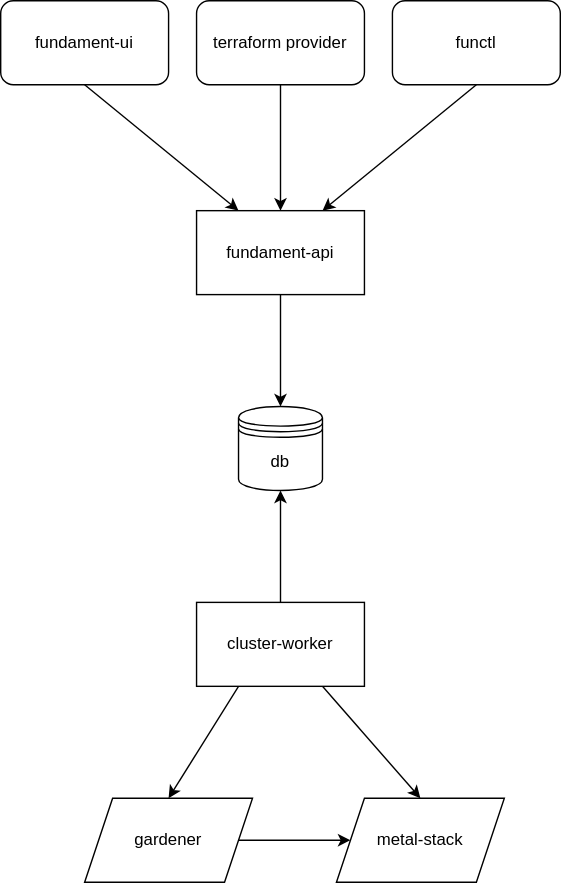
Before: overview.drawio.svg, a diagram exported from draw.io (fundament-oss/fundament). Source tidied: cells renumbered, new cells last; positions are measured from the earlier drawing's top-left corner, leaving out a move shared by most shapes. Source of this version:
```xml
<mxGraphModel>
  <root>
    <mxCell id="0" />
    <mxCell id="1" parent="0" />
    <mxCell id="2" value="db" style="shape=datastore;whiteSpace=wrap;html=1;" parent="1" vertex="1">
      <mxGeometry x="170" y="290" width="60" height="60" as="geometry" />
    </mxCell>
    <mxCell id="3" style="edgeStyle=none;html=1;exitX=0.5;exitY=0;exitDx=0;exitDy=0;entryX=0.5;entryY=1;entryDx=0;entryDy=0;" parent="1" edge="1" source="6" target="2">
      <mxGeometry relative="1" as="geometry" />
    </mxCell>
    <mxCell id="4" style="edgeStyle=none;html=1;exitX=0.75;exitY=1;exitDx=0;exitDy=0;entryX=0.5;entryY=0;entryDx=0;entryDy=0;" parent="1" edge="1" source="6" target="17">
      <mxGeometry relative="1" as="geometry" />
    </mxCell>
    <mxCell id="5" style="edgeStyle=none;html=1;exitX=0.25;exitY=1;exitDx=0;exitDy=0;entryX=0.5;entryY=0;entryDx=0;entryDy=0;" parent="1" edge="1" source="6" target="16">
      <mxGeometry relative="1" as="geometry" />
    </mxCell>
    <mxCell id="6" value="cluster-worker" style="whiteSpace=wrap;html=1;" parent="1" vertex="1">
      <mxGeometry x="140" y="430" width="120" height="60" as="geometry" />
    </mxCell>
    <mxCell id="7" style="edgeStyle=none;html=1;exitX=0.5;exitY=1;exitDx=0;exitDy=0;entryX=0.5;entryY=0;entryDx=0;entryDy=0;" parent="1" edge="1" source="8" target="2">
      <mxGeometry relative="1" as="geometry" />
    </mxCell>
    <mxCell id="8" value="fundament-api" style="whiteSpace=wrap;html=1;" parent="1" vertex="1">
      <mxGeometry x="140" y="150" width="120" height="60" as="geometry" />
    </mxCell>
    <mxCell id="9" style="edgeStyle=none;html=1;exitX=0.5;exitY=1;exitDx=0;exitDy=0;entryX=0.25;entryY=0;entryDx=0;entryDy=0;" parent="1" edge="1" source="10" target="8">
      <mxGeometry relative="1" as="geometry" />
    </mxCell>
    <mxCell id="10" value="fundament-ui" style="rounded=1;whiteSpace=wrap;html=1;" parent="1" vertex="1">
      <mxGeometry width="120" height="60" as="geometry" />
    </mxCell>
    <mxCell id="11" style="edgeStyle=none;html=1;exitX=0.5;exitY=1;exitDx=0;exitDy=0;entryX=0.5;entryY=0;entryDx=0;entryDy=0;" parent="1" edge="1" source="12" target="8">
      <mxGeometry relative="1" as="geometry" />
    </mxCell>
    <mxCell id="12" value="terraform provider" style="rounded=1;whiteSpace=wrap;html=1;" parent="1" vertex="1">
      <mxGeometry x="140" width="120" height="60" as="geometry" />
    </mxCell>
    <mxCell id="13" style="edgeStyle=none;html=1;exitX=0.5;exitY=1;exitDx=0;exitDy=0;entryX=0.75;entryY=0;entryDx=0;entryDy=0;" parent="1" edge="1" source="14" target="8">
      <mxGeometry relative="1" as="geometry" />
    </mxCell>
    <mxCell id="14" value="functl" style="rounded=1;whiteSpace=wrap;html=1;" parent="1" vertex="1">
      <mxGeometry x="280" width="120" height="60" as="geometry" />
    </mxCell>
    <mxCell id="15" style="edgeStyle=none;html=1;exitX=1;exitY=0.5;exitDx=0;exitDy=0;entryX=0;entryY=0.5;entryDx=0;entryDy=0;" parent="1" edge="1" source="16" target="17">
      <mxGeometry relative="1" as="geometry" />
    </mxCell>
    <mxCell id="16" value="gardener" style="shape=parallelogram;perimeter=parallelogramPerimeter;whiteSpace=wrap;html=1;fixedSize=1;" parent="1" vertex="1">
      <mxGeometry x="60" y="570" width="120" height="60" as="geometry" />
    </mxCell>
    <mxCell id="17" value="metal-stack" style="shape=parallelogram;perimeter=parallelogramPerimeter;whiteSpace=wrap;html=1;fixedSize=1;" parent="1" vertex="1">
      <mxGeometry x="240" y="570" width="120" height="60" as="geometry" />
    </mxCell>
  </root>
</mxGraphModel>
```
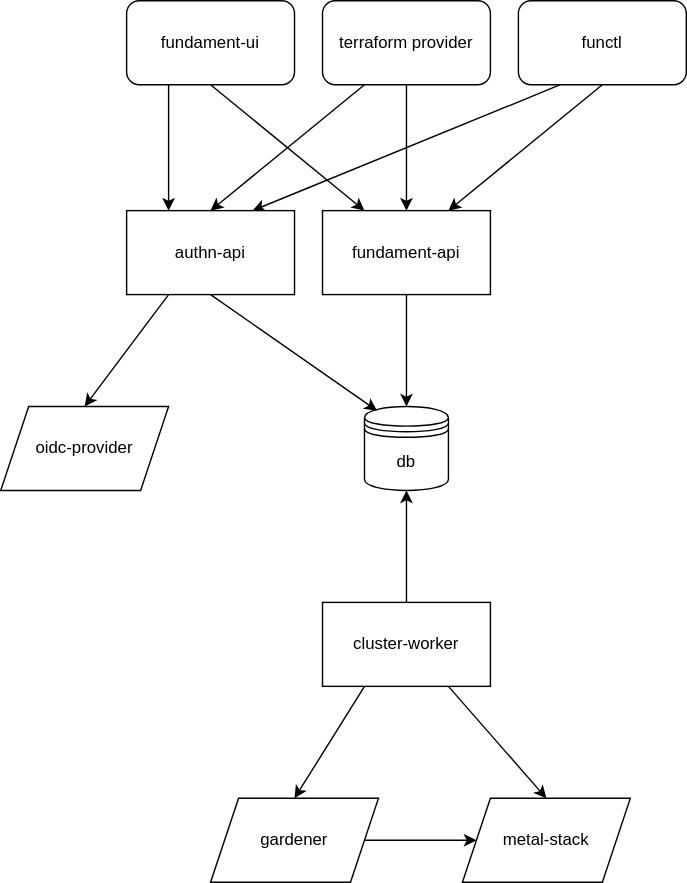
The same file after the commit.

Commit message:
Add autn-api to overview.drawio.svg

The edit, as a diff of the source:
```diff
@@ -26,18 +26,27 @@
     <mxCell id="9" style="edgeStyle=none;html=1;exitX=0.5;exitY=1;exitDx=0;exitDy=0;entryX=0.25;entryY=0;entryDx=0;entryDy=0;" parent="1" edge="1" source="10" target="8">
       <mxGeometry relative="1" as="geometry" />
     </mxCell>
+    <mxCell id="18" style="edgeStyle=none;html=1;exitX=0.25;exitY=1;exitDx=0;exitDy=0;entryX=0.25;entryY=0;entryDx=0;entryDy=0;" parent="1" edge="1" source="10" target="22">
+      <mxGeometry relative="1" as="geometry" />
+    </mxCell>
     <mxCell id="10" value="fundament-ui" style="rounded=1;whiteSpace=wrap;html=1;" parent="1" vertex="1">
       <mxGeometry width="120" height="60" as="geometry" />
     </mxCell>
     <mxCell id="11" style="edgeStyle=none;html=1;exitX=0.5;exitY=1;exitDx=0;exitDy=0;entryX=0.5;entryY=0;entryDx=0;entryDy=0;" parent="1" edge="1" source="12" target="8">
       <mxGeometry relative="1" as="geometry" />
     </mxCell>
+    <mxCell id="19" style="edgeStyle=none;html=1;exitX=0.25;exitY=1;exitDx=0;exitDy=0;entryX=0.5;entryY=0;entryDx=0;entryDy=0;" parent="1" edge="1" source="12" target="22">
+      <mxGeometry relative="1" as="geometry" />
+    </mxCell>
     <mxCell id="12" value="terraform provider" style="rounded=1;whiteSpace=wrap;html=1;" parent="1" vertex="1">
       <mxGeometry x="140" width="120" height="60" as="geometry" />
     </mxCell>
     <mxCell id="13" style="edgeStyle=none;html=1;exitX=0.5;exitY=1;exitDx=0;exitDy=0;entryX=0.75;entryY=0;entryDx=0;entryDy=0;" parent="1" edge="1" source="14" target="8">
       <mxGeometry relative="1" as="geometry" />
     </mxCell>
+    <mxCell id="20" style="edgeStyle=none;html=1;exitX=0.25;exitY=1;exitDx=0;exitDy=0;entryX=0.75;entryY=0;entryDx=0;entryDy=0;" parent="1" edge="1" source="14" target="22">
+      <mxGeometry relative="1" as="geometry" />
+    </mxCell>
     <mxCell id="14" value="functl" style="rounded=1;whiteSpace=wrap;html=1;" parent="1" vertex="1">
       <mxGeometry x="280" width="120" height="60" as="geometry" />
     </mxCell>
@@ -50,5 +59,17 @@
     <mxCell id="17" value="metal-stack" style="shape=parallelogram;perimeter=parallelogramPerimeter;whiteSpace=wrap;html=1;fixedSize=1;" parent="1" vertex="1">
       <mxGeometry x="240" y="570" width="120" height="60" as="geometry" />
     </mxCell>
+    <mxCell id="21" style="edgeStyle=none;html=1;exitX=0.25;exitY=1;exitDx=0;exitDy=0;entryX=0.5;entryY=0;entryDx=0;entryDy=0;" parent="1" edge="1" source="22" target="24">
+      <mxGeometry relative="1" as="geometry" />
+    </mxCell>
+    <mxCell id="22" value="authn-api" style="whiteSpace=wrap;html=1;" parent="1" vertex="1">
+      <mxGeometry y="150" width="120" height="60" as="geometry" />
+    </mxCell>
+    <mxCell id="23" style="edgeStyle=none;html=1;exitX=0.5;exitY=1;exitDx=0;exitDy=0;entryX=0.15;entryY=0.05;entryDx=0;entryDy=0;entryPerimeter=0;" parent="1" edge="1" source="22" target="2">
+      <mxGeometry relative="1" as="geometry" />
+    </mxCell>
+    <mxCell id="24" value="oidc-provider" style="shape=parallelogram;perimeter=parallelogramPerimeter;whiteSpace=wrap;html=1;fixedSize=1;" parent="1" vertex="1">
+      <mxGeometry x="-90" y="290" width="120" height="60" as="geometry" />
+    </mxCell>
   </root>
 </mxGraphModel>
```
